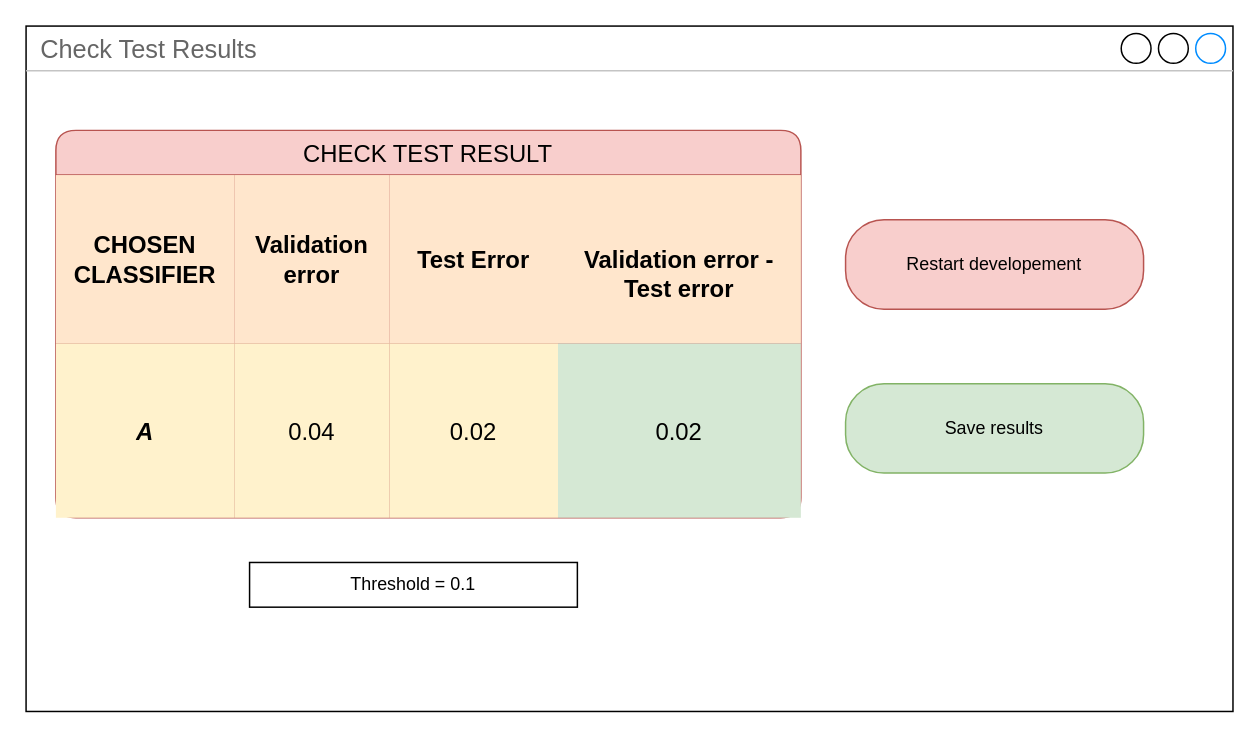
Before: check test result (Cape)/CHECK TEST RESULTS - TASK LEVEL MODELING.drawio in BaffoBello14/AutomaticDamagesRecognition, a draw.io diagram. Source tidied: cells renumbered, new cells numbered last; positions are measured from the earlier drawing's top-left corner, leaving out a move shared by most shapes. Both pictures are drawn from the tidied source at 149%, with x=0, y=0 at pixel (25, 25).
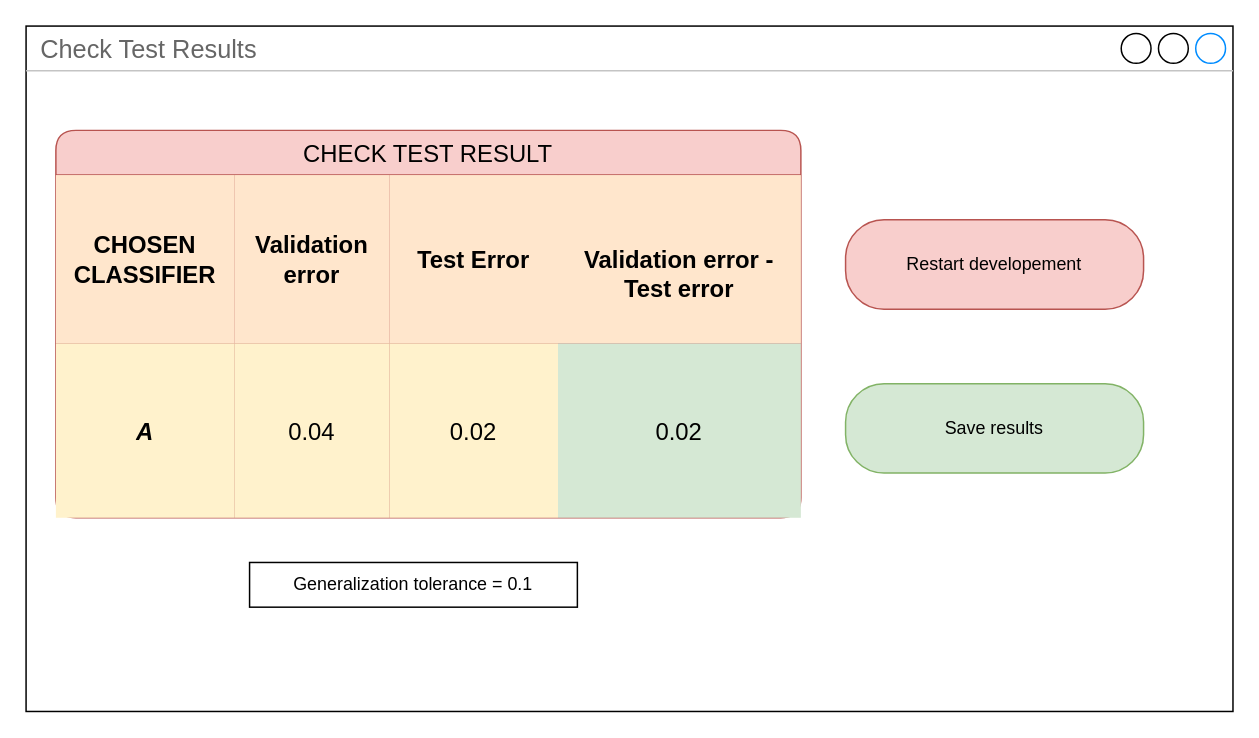
The same diagram, later.

What changed in the source:
```diff
@@
 <mxGraphModel>
   <root>
     <mxCell id="0" />
     <mxCell id="1" parent="0" />
     <mxCell id="2" value="Check Test Results" style="strokeWidth=1;shadow=0;dashed=0;align=center;html=1;shape=mxgraph.mockup.containers.window;align=left;verticalAlign=top;spacingLeft=8;strokeColor2=#008cff;strokeColor3=#c4c4c4;fontColor=#666666;mainText=;fontSize=17;labelBackgroundColor=none;whiteSpace=wrap;" parent="1" vertex="1">
       <mxGeometry width="810" height="460" as="geometry" />
     </mxCell>
     <mxCell id="3" value="CHECK TEST RESULT" style="shape=table;startSize=30;childLayout=tableLayout;strokeColor=#b85450;fontSize=16;fillColor=#f8cecc;perimeterSpacing=0;rounded=1;shadow=0;" parent="1" vertex="1">
       <mxGeometry x="20" y="70" width="500" height="260" as="geometry" />
     </mxCell>
     <mxCell id="4" style="shape=tableRow;horizontal=0;startSize=0;swimlaneHead=0;swimlaneBody=0;strokeColor=inherit;top=0;left=0;bottom=0;right=0;fillColor=none;fontSize=16;" parent="3" vertex="1">
       <mxGeometry y="30" width="500" height="113" as="geometry" />
     </mxCell>
     <mxCell id="5" value="CHOSEN CLASSIFIER" style="shape=partialRectangle;html=1;whiteSpace=wrap;strokeColor=#d79b00;overflow=hidden;fillColor=#ffe6cc;top=0;left=0;bottom=0;right=0;fontSize=16;fontStyle=1;" parent="4" vertex="1">
       <mxGeometry width="120" height="113" as="geometry" />
     </mxCell>
     <mxCell id="6" value="Validation error" style="shape=partialRectangle;html=1;whiteSpace=wrap;strokeColor=#d79b00;overflow=hidden;fillColor=#ffe6cc;top=0;left=0;bottom=0;right=0;fontSize=16;fontStyle=1;" parent="4" vertex="1">
       <mxGeometry x="120" width="104" height="113" as="geometry" />
     </mxCell>
     <mxCell id="7" value="Test Error" style="shape=partialRectangle;html=1;whiteSpace=wrap;strokeColor=#d79b00;overflow=hidden;fillColor=#ffe6cc;top=0;left=0;bottom=0;right=0;fontSize=16;fontStyle=1;" parent="4" vertex="1">
       <mxGeometry x="224" width="113" height="113" as="geometry" />
     </mxCell>
     <mxCell id="8" value="&lt;br&gt;Validation error - Test error" style="shape=partialRectangle;html=1;whiteSpace=wrap;strokeColor=#d79b00;overflow=hidden;fillColor=#ffe6cc;top=0;left=0;bottom=0;right=0;fontSize=16;fontStyle=1;" parent="4" vertex="1">
       <mxGeometry x="337" width="163" height="113" as="geometry" />
     </mxCell>
     <mxCell id="9" style="shape=tableRow;horizontal=0;startSize=0;swimlaneHead=0;swimlaneBody=0;strokeColor=inherit;top=0;left=0;bottom=0;right=0;fillColor=none;fontSize=16;" parent="3" vertex="1">
       <mxGeometry y="143" width="500" height="117" as="geometry" />
     </mxCell>
     <mxCell id="10" value="A" style="shape=partialRectangle;html=1;whiteSpace=wrap;strokeColor=#d6b656;overflow=hidden;fillColor=#fff2cc;top=0;left=0;bottom=0;right=0;fontSize=16;fontStyle=3;" parent="9" vertex="1">
       <mxGeometry width="120" height="117" as="geometry" />
     </mxCell>
     <mxCell id="11" value="0.04" style="shape=partialRectangle;html=1;whiteSpace=wrap;strokeColor=#d6b656;overflow=hidden;fillColor=#fff2cc;top=0;left=0;bottom=0;right=0;fontSize=16;" parent="9" vertex="1">
       <mxGeometry x="120" width="104" height="117" as="geometry" />
     </mxCell>
     <mxCell id="12" value="0.02" style="shape=partialRectangle;html=1;whiteSpace=wrap;strokeColor=#d6b656;overflow=hidden;fillColor=#fff2cc;top=0;left=0;bottom=0;right=0;fontSize=16;" parent="9" vertex="1">
       <mxGeometry x="224" width="113" height="117" as="geometry" />
     </mxCell>
     <mxCell id="13" value="0.02" style="shape=partialRectangle;html=1;whiteSpace=wrap;strokeColor=#82b366;overflow=hidden;fillColor=#d5e8d4;top=0;left=0;bottom=0;right=0;fontSize=16;" parent="9" vertex="1">
       <mxGeometry x="337" width="163" height="117" as="geometry" />
     </mxCell>
     <mxCell id="14" value="Save results" style="rounded=1;whiteSpace=wrap;html=1;fillColor=#d5e8d4;strokeColor=#82b366;arcSize=43;" parent="1" vertex="1">
       <mxGeometry x="550" y="240" width="200" height="60" as="geometry" />
     </mxCell>
     <mxCell id="15" value="Restart developement" style="rounded=1;whiteSpace=wrap;html=1;fillColor=#f8cecc;strokeColor=#b85450;arcSize=43;" parent="1" vertex="1">
       <mxGeometry x="550" y="130" width="200" height="60" as="geometry" />
     </mxCell>
-    <mxCell id="16" value="Threshold = 0.1" style="rounded=0;whiteSpace=wrap;html=1;" parent="1" vertex="1">
+    <mxCell id="16" value="Generalization tolerance = 0.1" style="rounded=0;whiteSpace=wrap;html=1;" parent="1" vertex="1">
       <mxGeometry x="150" y="360" width="220" height="30" as="geometry" />
     </mxCell>
   </root>
 </mxGraphModel>
```
